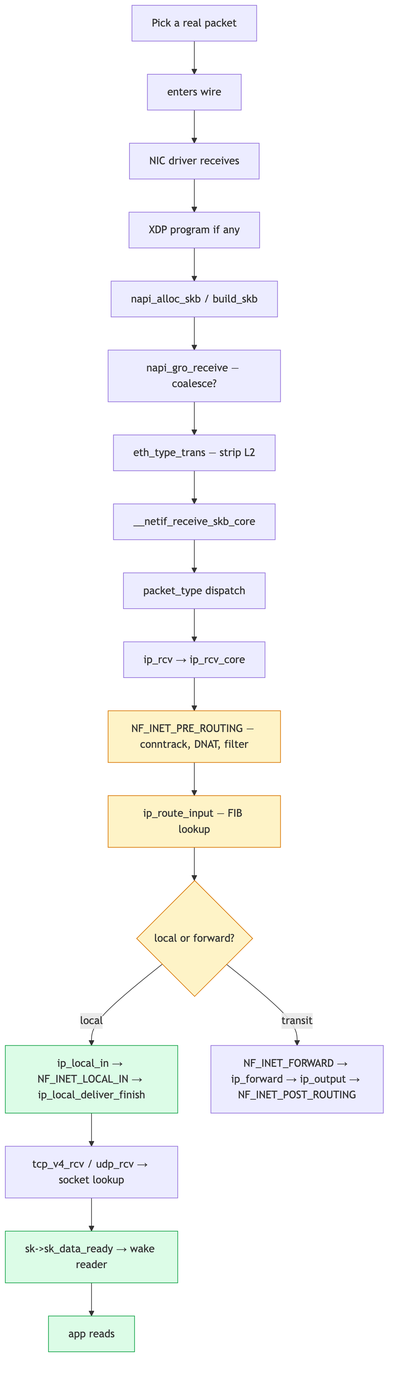
This is linux-net/src/diagrams/day30_capstone.png from biefy/books, a Mermaid export, as it was before one commit. Its source is kept beside it as linux-net/src/diagrams/src/day30_capstone.mmd.
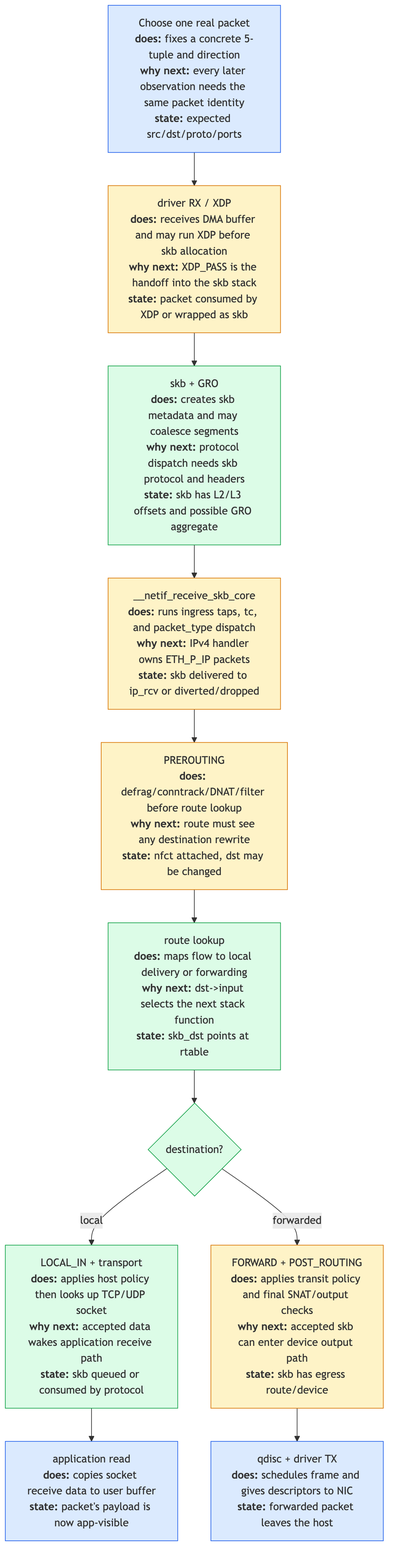
Above is the later version.

What changed in the source:
```diff
@@ -1,28 +1,23 @@
 flowchart TD
-    Pick["Pick a real packet"]
-    Wire["enters wire"]
-    Driver["NIC driver receives"]
-    XDP["XDP program if any"]
-    Build["napi_alloc_skb / build_skb"]
-    GRO["napi_gro_receive — coalesce?"]
-    Eth["eth_type_trans — strip L2"]
-    NetIf["__netif_receive_skb_core"]
-    Ptype["packet_type dispatch"]
-    Ip["ip_rcv → ip_rcv_core"]
-    Pre["NF_INET_PRE_ROUTING — conntrack, DNAT, filter"]
-    Route["ip_route_input — FIB lookup"]
-    Decision{"local or forward?"}
-    Local["ip_local_in → NF_INET_LOCAL_IN → ip_local_deliver_finish"]
-    Forward["NF_INET_FORWARD → ip_forward → ip_output → NF_INET_POST_ROUTING"]
-    L4["tcp_v4_rcv / udp_rcv → socket lookup"]
-    Sock["sk->sk_data_ready → wake reader"]
-    User["app reads"]
+    Pick["Choose one real packet<br/><b>does:</b> fixes a concrete 5-tuple and direction<br/><b>why next:</b> every later observation needs the same packet identity<br/><b>state:</b> expected src/dst/proto/ports"]
+    Driver["driver RX / XDP<br/><b>does:</b> receives DMA buffer and may run XDP before skb allocation<br/><b>why next:</b> XDP_PASS is the handoff into the skb stack<br/><b>state:</b> packet consumed by XDP or wrapped as skb"]
+    GRO["skb + GRO<br/><b>does:</b> creates skb metadata and may coalesce segments<br/><b>why next:</b> protocol dispatch needs skb protocol and headers<br/><b>state:</b> skb has L2/L3 offsets and possible GRO aggregate"]
+    Core["__netif_receive_skb_core<br/><b>does:</b> runs ingress taps, tc, and packet_type dispatch<br/><b>why next:</b> IPv4 handler owns ETH_P_IP packets<br/><b>state:</b> skb delivered to ip_rcv or diverted/dropped"]
+    Pre["PREROUTING<br/><b>does:</b> defrag/conntrack/DNAT/filter before route lookup<br/><b>why next:</b> route must see any destination rewrite<br/><b>state:</b> nfct attached, dst may be changed"]
+    Route["route lookup<br/><b>does:</b> maps flow to local delivery or forwarding<br/><b>why next:</b> dst->input selects the next stack function<br/><b>state:</b> skb_dst points at rtable"]
+    Decision{"destination?"}
+    Local["LOCAL_IN + transport<br/><b>does:</b> applies host policy then looks up TCP/UDP socket<br/><b>why next:</b> accepted data wakes application receive path<br/><b>state:</b> skb queued or consumed by protocol"]
+    Forward["FORWARD + POST_ROUTING<br/><b>does:</b> applies transit policy and final SNAT/output checks<br/><b>why next:</b> accepted skb can enter device output path<br/><b>state:</b> skb has egress route/device"]
+    App["application read<br/><b>does:</b> copies socket receive data to user buffer<br/><b>state:</b> packet's payload is now app-visible"]
+    Tx["qdisc + driver TX<br/><b>does:</b> schedules frame and gives descriptors to NIC<br/><b>state:</b> forwarded packet leaves the host"]
 
-    Pick --> Wire --> Driver --> XDP --> Build --> GRO --> Eth --> NetIf --> Ptype --> Ip --> Pre --> Route --> Decision
-    Decision -->|local| Local --> L4 --> Sock --> User
-    Decision -->|transit| Forward
+    Pick --> Driver --> GRO --> Core --> Pre --> Route --> Decision
+    Decision -->|local| Local --> App
+    Decision -->|forwarded| Forward --> Tx
 
-    classDef hot fill:#fef3c7,stroke:#d97706
-    classDef ok fill:#dcfce7,stroke:#16a34a
-    class Decision,Pre,Route hot
-    class User,Sock,Local ok
+    classDef observe fill:#dbeafe,stroke:#2563eb
+    classDef hook fill:#fef3c7,stroke:#d97706
+    classDef state fill:#dcfce7,stroke:#16a34a
+    class Pick,App,Tx observe
+    class Driver,Core,Pre,Forward hook
+    class GRO,Route,Decision,Local state
```
